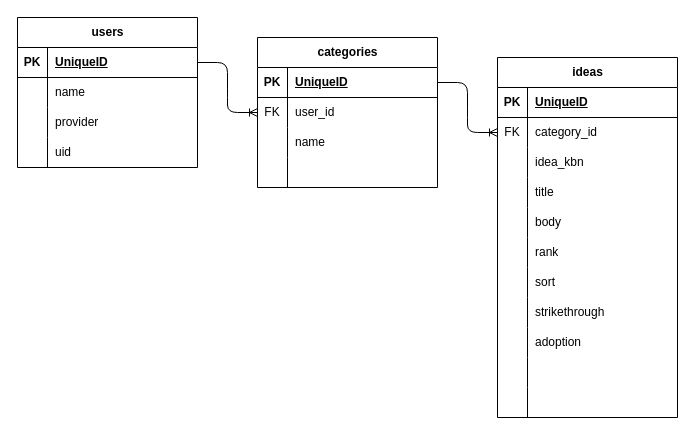
The draw.io diagram DB.drawio in kutahiru/IdeaStorage, before the edit. Source tidied: cells renumbered, new cells numbered last; positions are measured from the earlier drawing's top-left corner, leaving out a move shared by most shapes. Both pictures are drawn from the tidied source at 100%, with x=0, y=0 at pixel (17, 17).
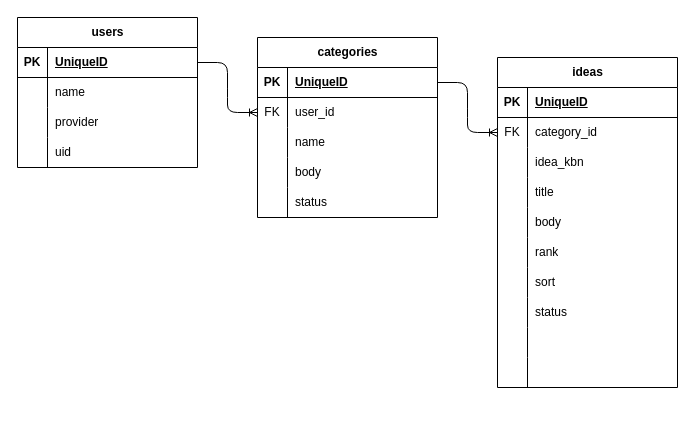
After the change.

The change refers to these unchanged cells:
```xml
<mxCell id="25" style="shape=tableRow;horizontal=0;startSize=0;swimlaneHead=0;swimlaneBody=0;fillColor=none;top=0;left=0;right=0;bottom=0;" parent="15" vertex="1">
  <mxGeometry y="120" width="180" height="30" as="geometry" />
</mxCell>
<mxCell id="51" style="shape=tableRow;horizontal=0;startSize=0;swimlaneHead=0;swimlaneBody=0;fillColor=none;top=0;left=0;right=0;bottom=0;" parent="29" vertex="1">
  <mxGeometry y="240" width="180" height="30" as="geometry" />
</mxCell>
```

Change to the diagram source:
```diff
@@
     <mxCell id="15" value="categories" style="shape=table;startSize=30;childLayout=tableLayout;rowLines=0;fontStyle=1;align=center;html=1;" parent="1" vertex="1">
-      <mxGeometry x="240" y="20" width="180" height="150" as="geometry" />
+      <mxGeometry x="240" y="20" width="180" height="180" as="geometry" />
     </mxCell>
@@
-    <mxCell id="27" style="shape=partialRectangle;fillColor=none;top=0;left=0;bottom=0;right=0;align=left;spacingLeft=6;overflow=hidden;whiteSpace=wrap;html=1;" parent="25" vertex="1">
+    <mxCell id="27" value="body" style="shape=partialRectangle;fillColor=none;top=0;left=0;bottom=0;right=0;align=left;spacingLeft=6;overflow=hidden;whiteSpace=wrap;html=1;" parent="25" vertex="1">
       <mxGeometry x="30" width="150" height="30" as="geometry" />
     </mxCell>
+    <mxCell id="64" style="shape=tableRow;horizontal=0;startSize=0;swimlaneHead=0;swimlaneBody=0;fillColor=none;top=0;left=0;right=0;bottom=0;" parent="15" vertex="1">
+      <mxGeometry y="150" width="180" height="30" as="geometry" />
+    </mxCell>
+    <mxCell id="55" style="shape=partialRectangle;fillColor=none;top=0;left=0;bottom=0;right=0;overflow=hidden;whiteSpace=wrap;html=1;" parent="64" vertex="1">
+      <mxGeometry width="30" height="30" as="geometry" />
+    </mxCell>
+    <mxCell id="65" value="status" style="shape=partialRectangle;fillColor=none;top=0;left=0;bottom=0;right=0;align=left;spacingLeft=6;overflow=hidden;whiteSpace=wrap;html=1;" parent="64" vertex="1">
+      <mxGeometry x="30" width="150" height="30" as="geometry" />
+    </mxCell>
@@
     <mxCell id="29" value="ideas" style="shape=table;startSize=30;childLayout=tableLayout;rowLines=0;fontStyle=1;align=center;html=1;" parent="1" vertex="1">
-      <mxGeometry x="480" y="40" width="180" height="360" as="geometry" />
+      <mxGeometry x="480" y="40" width="180" height="330" as="geometry" />
     </mxCell>
@@
-    <mxCell id="53" value="strikethrough" style="shape=partialRectangle;fillColor=none;top=0;left=0;bottom=0;right=0;align=left;spacingLeft=6;overflow=hidden;whiteSpace=wrap;html=1;" parent="51" vertex="1">
+    <mxCell id="53" value="status" style="shape=partialRectangle;fillColor=none;top=0;left=0;bottom=0;right=0;align=left;spacingLeft=6;overflow=hidden;whiteSpace=wrap;html=1;" parent="51" vertex="1">
       <mxGeometry x="30" width="150" height="30" as="geometry" />
     </mxCell>
-    <mxCell id="54" style="shape=tableRow;horizontal=0;startSize=0;swimlaneHead=0;swimlaneBody=0;fillColor=none;top=0;left=0;right=0;bottom=0;" parent="29" vertex="1">
-      <mxGeometry y="270" width="180" height="30" as="geometry" />
-    </mxCell>
-    <mxCell id="55" style="shape=partialRectangle;fillColor=none;top=0;left=0;bottom=0;right=0;overflow=hidden;whiteSpace=wrap;html=1;" parent="54" vertex="1">
-      <mxGeometry width="30" height="30" as="geometry" />
-    </mxCell>
-    <mxCell id="56" value="adoption" style="shape=partialRectangle;fillColor=none;top=0;left=0;bottom=0;right=0;align=left;spacingLeft=6;overflow=hidden;whiteSpace=wrap;html=1;" parent="54" vertex="1">
-      <mxGeometry x="30" width="150" height="30" as="geometry" />
-    </mxCell>
     <mxCell id="57" style="shape=tableRow;horizontal=0;startSize=0;swimlaneHead=0;swimlaneBody=0;fillColor=none;top=0;left=0;right=0;bottom=0;" parent="29" vertex="1">
-      <mxGeometry y="300" width="180" height="30" as="geometry" />
+      <mxGeometry y="270" width="180" height="30" as="geometry" />
     </mxCell>
@@
     <mxCell id="60" style="shape=tableRow;horizontal=0;startSize=0;swimlaneHead=0;swimlaneBody=0;fillColor=none;top=0;left=0;right=0;bottom=0;" parent="29" vertex="1">
-      <mxGeometry y="330" width="180" height="30" as="geometry" />
+      <mxGeometry y="300" width="180" height="30" as="geometry" />
     </mxCell>
```
